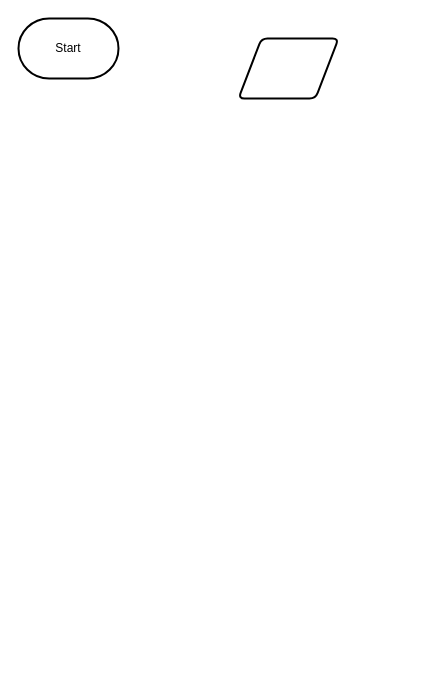
maliksalem1/ICS2O-UNIT-6-02-HTML keeps this draw.io diagram as flowchart.drawio. Above is the earlier version. Source tidied: cells renumbered, new cells numbered last; positions are measured from the earlier drawing's top-left corner, leaving out a move shared by most shapes. Both pictures are drawn from the tidied source at 100%, with x=0, y=0 at pixel (18, 18).
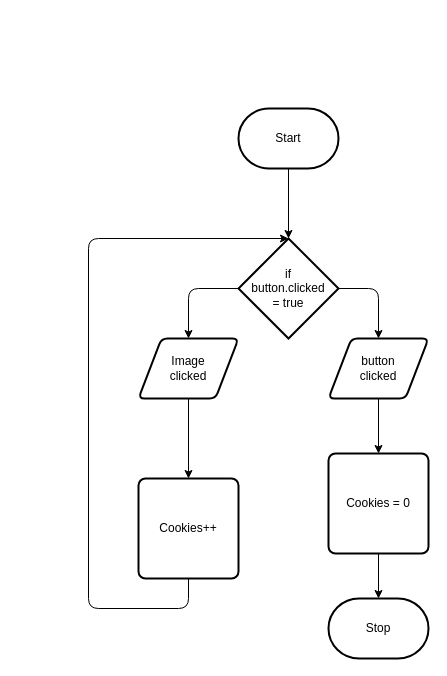
The same diagram, later.

Change to the diagram source:
```diff
@@
+    <mxCell id="4" style="edgeStyle=none;html=1;entryX=0.5;entryY=0;entryDx=0;entryDy=0;entryPerimeter=0;" parent="1" edge="1" source="2" target="15">
+      <mxGeometry relative="1" as="geometry" />
+    </mxCell>
     <mxCell id="2" value="Start" style="strokeWidth=2;html=1;shape=mxgraph.flowchart.terminator;whiteSpace=wrap;" parent="1" vertex="1">
-      <mxGeometry width="100" height="60" as="geometry" />
+      <mxGeometry x="220" y="90" width="100" height="60" as="geometry" />
     </mxCell>
+    <mxCell id="5" style="edgeStyle=none;html=1;" parent="1" edge="1" source="6" target="3">
+      <mxGeometry relative="1" as="geometry" />
+    </mxCell>
+    <mxCell id="6" value="Image &lt;br&gt;clicked" style="shape=parallelogram;html=1;strokeWidth=2;perimeter=parallelogramPerimeter;whiteSpace=wrap;rounded=1;arcSize=12;size=0.23;" parent="1" vertex="1">
+      <mxGeometry x="120" y="320" width="100" height="60" as="geometry" />
+    </mxCell>
+    <mxCell id="7" style="edgeStyle=none;html=1;" parent="1" edge="1" source="8" target="11">
+      <mxGeometry relative="1" as="geometry" />
+    </mxCell>
+    <mxCell id="8" value="button&lt;br&gt;clicked" style="shape=parallelogram;html=1;strokeWidth=2;perimeter=parallelogramPerimeter;whiteSpace=wrap;rounded=1;arcSize=12;size=0.23;" parent="1" vertex="1">
+      <mxGeometry x="310" y="320" width="100" height="60" as="geometry" />
+    </mxCell>
+    <mxCell id="9" style="edgeStyle=none;html=1;entryX=0.5;entryY=0;entryDx=0;entryDy=0;entryPerimeter=0;" parent="1" edge="1" source="3" target="15">
+      <mxGeometry relative="1" as="geometry">
+        <Array as="points">
+          <mxPoint x="170" y="590" />
+          <mxPoint x="70" y="590" />
+          <mxPoint x="70" y="220" />
+        </Array>
+      </mxGeometry>
+    </mxCell>
-    <mxCell id="3" style="shape=parallelogram;html=1;strokeWidth=2;perimeter=parallelogramPerimeter;whiteSpace=wrap;rounded=1;arcSize=12;size=0.23;" parent="1" vertex="1">
-      <mxGeometry x="220" y="20" width="100" height="60" as="geometry" />
+    <mxCell id="3" value="Cookies++" style="rounded=1;whiteSpace=wrap;html=1;absoluteArcSize=1;arcSize=14;strokeWidth=2;" parent="1" vertex="1">
+      <mxGeometry x="120" y="460" width="100" height="100" as="geometry" />
     </mxCell>
+    <mxCell id="10" style="edgeStyle=none;html=1;" parent="1" edge="1" source="11" target="12">
+      <mxGeometry relative="1" as="geometry" />
+    </mxCell>
+    <mxCell id="11" value="Cookies = 0" style="rounded=1;whiteSpace=wrap;html=1;absoluteArcSize=1;arcSize=14;strokeWidth=2;" parent="1" vertex="1">
+      <mxGeometry x="310" y="435" width="100" height="100" as="geometry" />
+    </mxCell>
+    <mxCell id="12" value="Stop" style="strokeWidth=2;html=1;shape=mxgraph.flowchart.terminator;whiteSpace=wrap;" parent="1" vertex="1">
+      <mxGeometry x="310" y="580" width="100" height="60" as="geometry" />
+    </mxCell>
+    <mxCell id="13" style="edgeStyle=none;html=1;entryX=0.5;entryY=0;entryDx=0;entryDy=0;" parent="1" edge="1" source="15" target="6">
+      <mxGeometry relative="1" as="geometry">
+        <Array as="points">
+          <mxPoint x="170" y="270" />
+        </Array>
+      </mxGeometry>
+    </mxCell>
+    <mxCell id="14" style="edgeStyle=none;html=1;exitX=1;exitY=0.5;exitDx=0;exitDy=0;exitPerimeter=0;entryX=0.5;entryY=0;entryDx=0;entryDy=0;" parent="1" edge="1" source="15" target="8">
+      <mxGeometry relative="1" as="geometry">
+        <Array as="points">
+          <mxPoint x="360" y="270" />
+        </Array>
+      </mxGeometry>
+    </mxCell>
+    <mxCell id="15" value="if&lt;br&gt;button.clicked&lt;br&gt;= true" style="strokeWidth=2;html=1;shape=mxgraph.flowchart.decision;whiteSpace=wrap;" parent="1" vertex="1">
+      <mxGeometry x="220" y="220" width="100" height="100" as="geometry" />
+    </mxCell>
```
